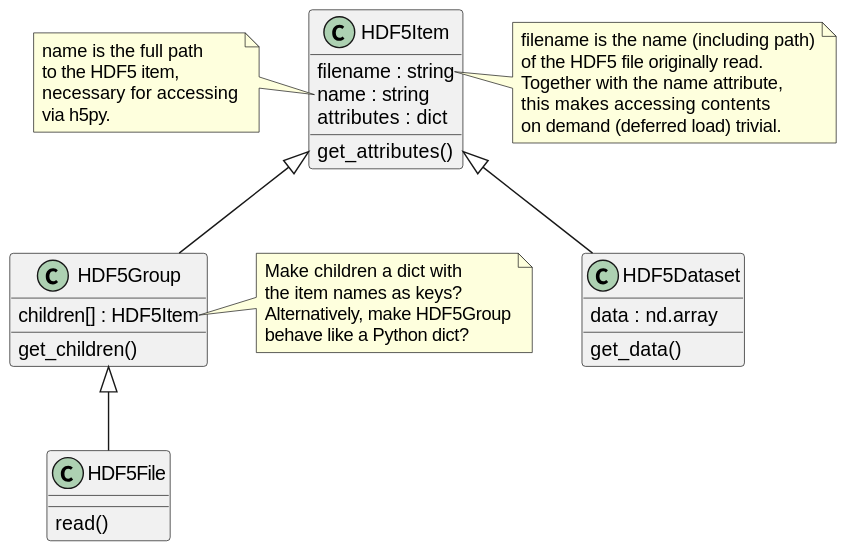
Earlier version of the PlantUML export docs/uml/evedata.io.eveH5.svg (tillbiskup/evedata).
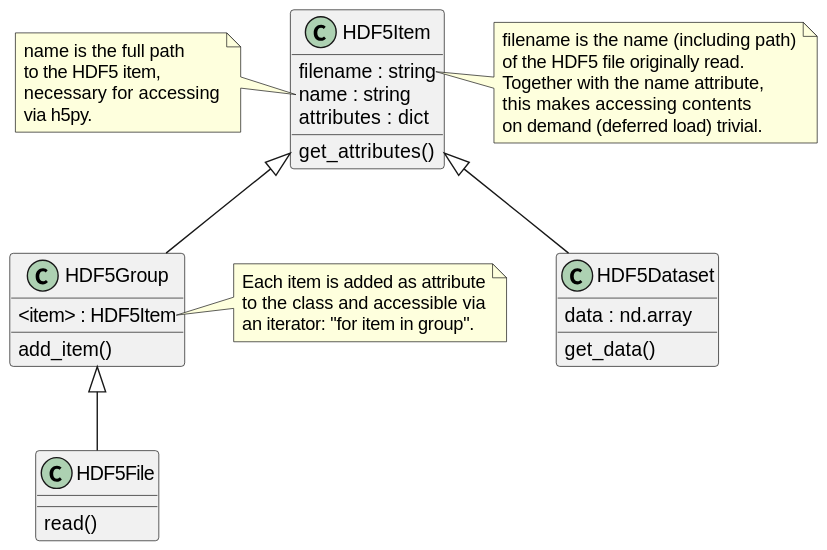
After the commit.

Commit message:
Add HDF5Group class; update UML diagram

Diff of the diagram source:
```diff
@@ -23,15 +23,14 @@
 }
 
 class HDF5Group extends HDF5Item {
-    children[] : HDF5Item
-    get_children()
+    <item> : HDF5Item
+    add_item()
 }
 
-note right of HDF5Group::children {
-    Make children a dict with
-    the item names as keys?
-    Alternatively, make HDF5Group
-    behave like a Python dict?
+note right of HDF5Group::<item> {
+    Each item is added as attribute
+    to the class and accessible via
+    an iterator: "for item in group".
 }
 
 class HDF5Dataset extends HDF5Item {
```
